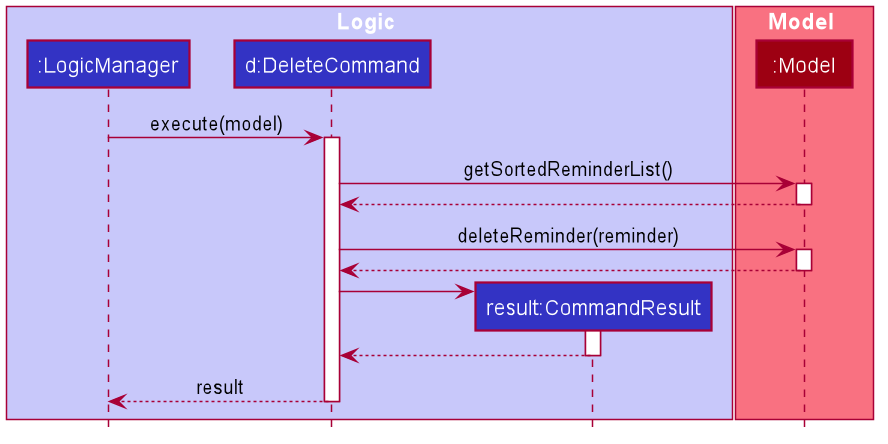
Before: docs/images/ReminderExecuteDeleteSequenceDiagram.png, a diagram exported from PlantUML (sebastiantoh/tp). Its source is kept beside it as docs/diagrams/ReminderExecuteDeleteSequenceDiagram.puml.
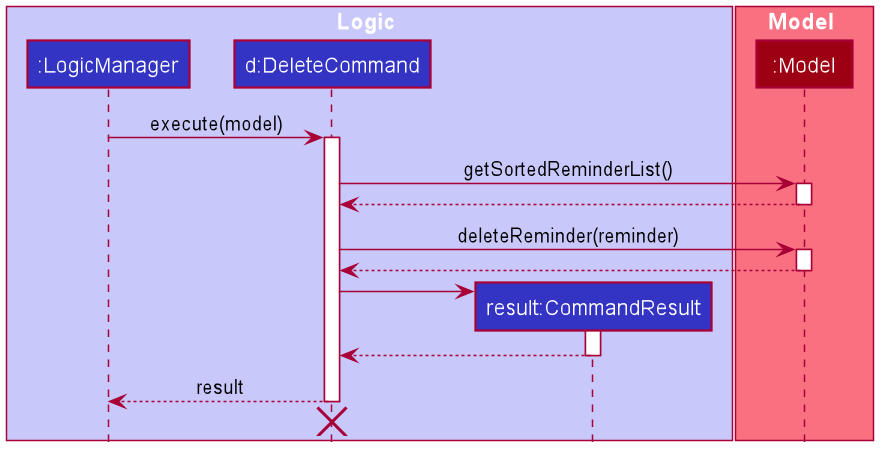
Above is the later version.

Commit message:
Add destroy marker and note on limitation of PlantUML

The edit, as a diff of the source:
```diff
@@ -38,4 +38,7 @@
 DeleteCommand --> LogicManager : result
 deactivate DeleteCommand
 
+DeleteCommand -[hidden]-> LogicManager
+destroy DeleteCommand
+
 @enduml
```
